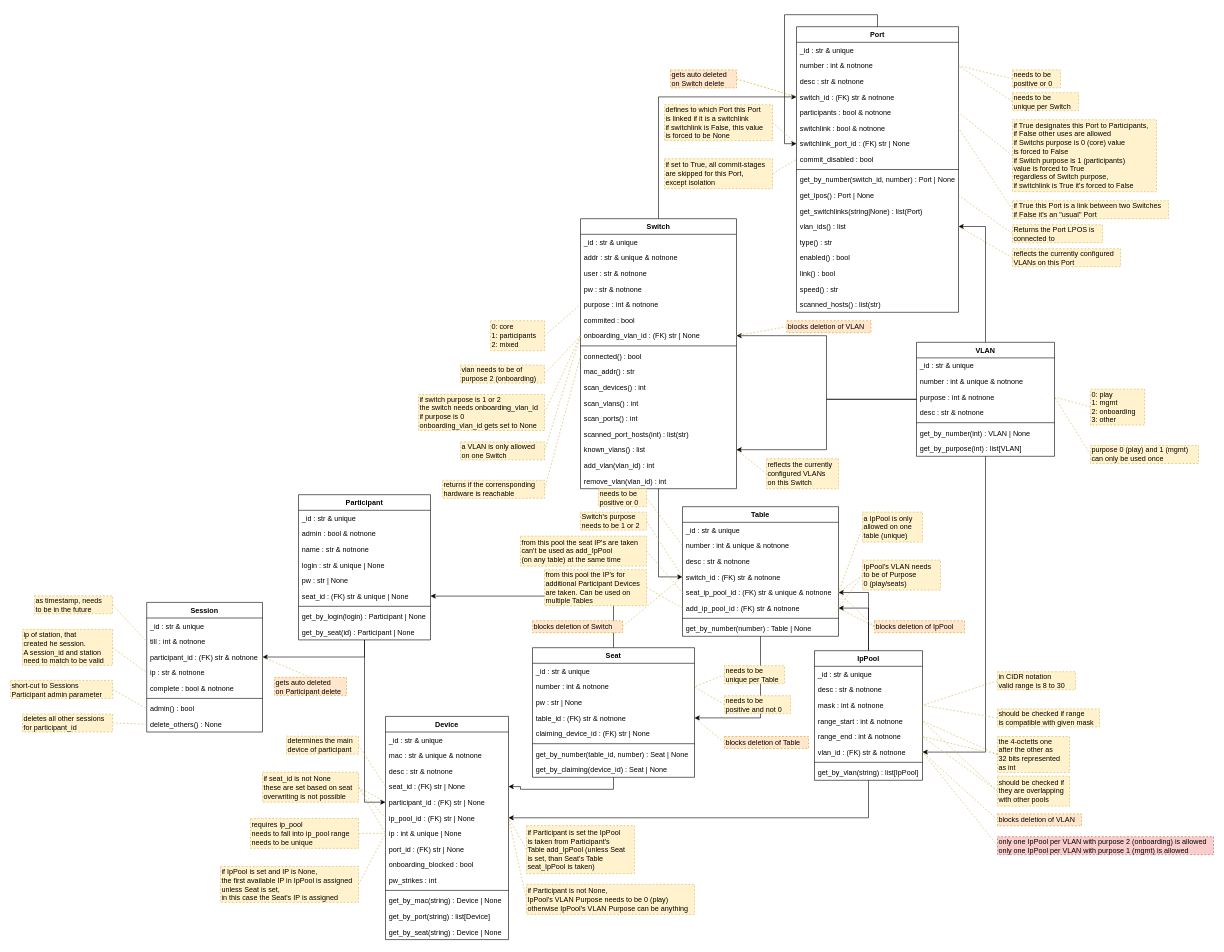
Earlier version of the draw.io diagram docs/elements_classes.drawio (nils-ost/LanPartyOnboardingSystem). Source tidied: cells renumbered, new cells numbered last; positions are measured from the earlier drawing's top-left corner, leaving out a move shared by most shapes. Both pictures are drawn from the tidied source at 60%, with x=0, y=0 at pixel (10, 26).
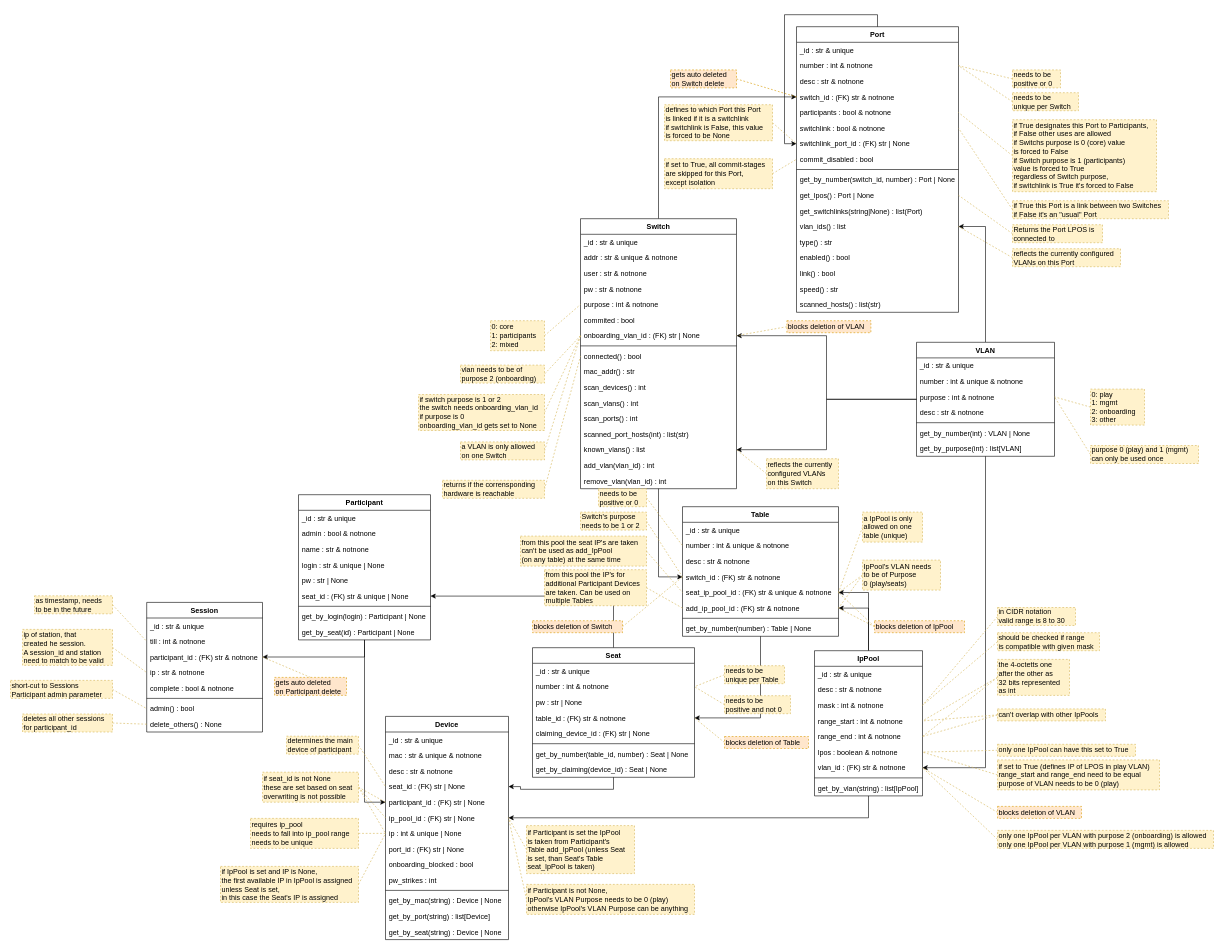
Above is the later version.

The edit, as a diff of the source:
```diff
@@
     <mxCell id="48" value="IpPool" style="swimlane;fontStyle=1;align=center;verticalAlign=top;horizontal=1;startSize=26;" parent="1" vertex="1">
-      <mxGeometry x="1340" y="1040" width="180" height="216" as="geometry" />
+      <mxGeometry x="1340" y="1040" width="180" height="242" as="geometry" />
     </mxCell>
@@
+    <mxCell id="221" value="lpos : boolean &amp; notnone" style="text;align=left;verticalAlign=top;spacingLeft=4;spacingRight=4;overflow=hidden;points=[[0,0.5],[1,0.5]];portConstraint=eastwest;" parent="48" vertex="1">
+      <mxGeometry y="156" width="180" height="26" as="geometry" />
+    </mxCell>
     <mxCell id="54" value="vlan_id : (FK) str &amp; notnone" style="text;align=left;verticalAlign=top;spacingLeft=4;spacingRight=4;overflow=hidden;points=[[0,0.5],[1,0.5]];portConstraint=eastwest;" parent="48" vertex="1">
-      <mxGeometry y="156" width="180" height="26" as="geometry" />
+      <mxGeometry y="182" width="180" height="26" as="geometry" />
     </mxCell>
     <mxCell id="55" style="line;strokeWidth=1;fillColor=none;align=left;verticalAlign=middle;spacingTop=-1;spacingLeft=3;spacingRight=3;labelPosition=right;" parent="48" vertex="1">
-      <mxGeometry y="182" width="180" height="8" as="geometry" />
+      <mxGeometry y="208" width="180" height="8" as="geometry" />
     </mxCell>
     <mxCell id="56" value="get_by_vlan(string) : list[IpPool]" style="text;align=left;verticalAlign=top;spacingLeft=4;spacingRight=4;overflow=hidden;" parent="48" vertex="1">
-      <mxGeometry y="190" width="180" height="26" as="geometry" />
+      <mxGeometry y="216" width="180" height="26" as="geometry" />
     </mxCell>
@@
     <mxCell id="58" value="the 4-octetts one&lt;br&gt;after the other as&lt;br&gt;32 bits represented&lt;br&gt;as int" style="rounded=0;whiteSpace=wrap;html=1;fillColor=#fff2cc;strokeColor=#d6b656;dashed=1;align=left;verticalAlign=middle;horizontal=1;labelPosition=center;verticalLabelPosition=middle;" parent="1" vertex="1">
-      <mxGeometry x="1645" y="1183" width="120" height="60" as="geometry" />
+      <mxGeometry x="1645" y="1054.5" width="120" height="60" as="geometry" />
     </mxCell>
@@
-    <mxCell id="121" value="should be checked if&lt;br&gt;they are overlapping&lt;br&gt;with other pools" style="rounded=0;whiteSpace=wrap;html=1;fillColor=#fff2cc;strokeColor=#d6b656;dashed=1;align=left;verticalAlign=middle;horizontal=1;labelPosition=center;verticalLabelPosition=middle;" parent="1" vertex="1">
-      <mxGeometry x="1645" y="1249" width="120" height="50" as="geometry" />
+    <mxCell id="121" value="can't overlap with other IpPools" style="rounded=0;whiteSpace=wrap;html=1;fillColor=#fff2cc;strokeColor=#d6b656;dashed=1;align=left;verticalAlign=middle;horizontal=1;labelPosition=center;verticalLabelPosition=middle;" parent="1" vertex="1">
+      <mxGeometry x="1645" y="1137" width="180" height="20" as="geometry" />
     </mxCell>
@@
     <mxCell id="132" value="in CIDR notation&lt;br&gt;valid range is 8 to 30" style="rounded=0;whiteSpace=wrap;html=1;fillColor=#fff2cc;strokeColor=#d6b656;dashed=1;align=left;verticalAlign=middle;horizontal=1;labelPosition=center;verticalLabelPosition=middle;" parent="1" vertex="1">
-      <mxGeometry x="1645" y="1075" width="130" height="30" as="geometry" />
+      <mxGeometry x="1645" y="968" width="130" height="30" as="geometry" />
     </mxCell>
@@
     <mxCell id="134" value="should be checked if range&lt;br&gt;is compatible with given mask" style="rounded=0;whiteSpace=wrap;html=1;fillColor=#fff2cc;strokeColor=#d6b656;dashed=1;align=left;verticalAlign=middle;horizontal=1;labelPosition=center;verticalLabelPosition=middle;" parent="1" vertex="1">
-      <mxGeometry x="1645" y="1137" width="170" height="30" as="geometry" />
+      <mxGeometry x="1645" y="1010" width="170" height="30" as="geometry" />
     </mxCell>
@@
     <mxCell id="166" value="blocks deletion of VLAN" style="rounded=0;whiteSpace=wrap;html=1;fillColor=#ffe6cc;strokeColor=#d79b00;dashed=1;align=left;verticalAlign=middle;horizontal=1;labelPosition=center;verticalLabelPosition=middle;" parent="1" vertex="1">
-      <mxGeometry x="1645" y="1312" width="140" height="20" as="geometry" />
+      <mxGeometry x="1645" y="1299.5" width="140" height="20" as="geometry" />
     </mxCell>
@@
-    <mxCell id="179" value="only one IpPool per VLAN with purpose 2 (onboarding) is allowed&lt;br&gt;only one IpPool per VLAN with purpose 1 (mgmt) is allowed" style="rounded=0;whiteSpace=wrap;html=1;fillColor=#f8cecc;strokeColor=#b85450;dashed=1;align=left;verticalAlign=middle;horizontal=1;labelPosition=center;verticalLabelPosition=middle;" parent="1" vertex="1">
-      <mxGeometry x="1645" y="1350" width="360" height="30" as="geometry" />
+    <mxCell id="179" value="only one IpPool per VLAN with purpose 2 (onboarding) is allowed&lt;br&gt;only one IpPool per VLAN with purpose 1 (mgmt) is allowed" style="rounded=0;whiteSpace=wrap;html=1;fillColor=#fff2cc;strokeColor=#d6b656;dashed=1;align=left;verticalAlign=middle;horizontal=1;labelPosition=center;verticalLabelPosition=middle;" parent="1" vertex="1">
+      <mxGeometry x="1645" y="1339.5" width="360" height="30" as="geometry" />
     </mxCell>
@@
+    <mxCell id="222" style="rounded=0;jettySize=auto;html=1;exitX=0;exitY=0.5;exitDx=0;exitDy=0;entryX=1;entryY=0.5;entryDx=0;entryDy=0;dashed=1;endArrow=none;endFill=0;fillColor=#fff2cc;strokeColor=#d6b656;" parent="1" edge="1" source="223" target="221">
+      <mxGeometry relative="1" as="geometry" />
+    </mxCell>
+    <mxCell id="223" value="if set to True (defines IP of LPOS in play VLAN)&lt;br&gt;range_start and range_end need to be equal&lt;br&gt;purpose of VLAN needs to be 0 (play)" style="rounded=0;whiteSpace=wrap;html=1;fillColor=#fff2cc;strokeColor=#d6b656;dashed=1;align=left;verticalAlign=middle;horizontal=1;labelPosition=center;verticalLabelPosition=middle;" parent="1" vertex="1">
+      <mxGeometry x="1645" y="1222" width="270" height="50" as="geometry" />
+    </mxCell>
+    <mxCell id="224" style="edgeStyle=none;rounded=0;jettySize=auto;html=1;exitX=0;exitY=0.5;exitDx=0;exitDy=0;entryX=1;entryY=0.5;entryDx=0;entryDy=0;dashed=1;endArrow=none;endFill=0;fillColor=#fff2cc;strokeColor=#d6b656;" parent="1" edge="1" source="225" target="221">
+      <mxGeometry relative="1" as="geometry" />
+    </mxCell>
+    <mxCell id="225" value="only one IpPool can have this set to True" style="rounded=0;whiteSpace=wrap;html=1;fillColor=#fff2cc;strokeColor=#d6b656;dashed=1;align=left;verticalAlign=middle;horizontal=1;labelPosition=center;verticalLabelPosition=middle;" parent="1" vertex="1">
+      <mxGeometry x="1645" y="1196" width="230" height="20" as="geometry" />
+    </mxCell>
```
